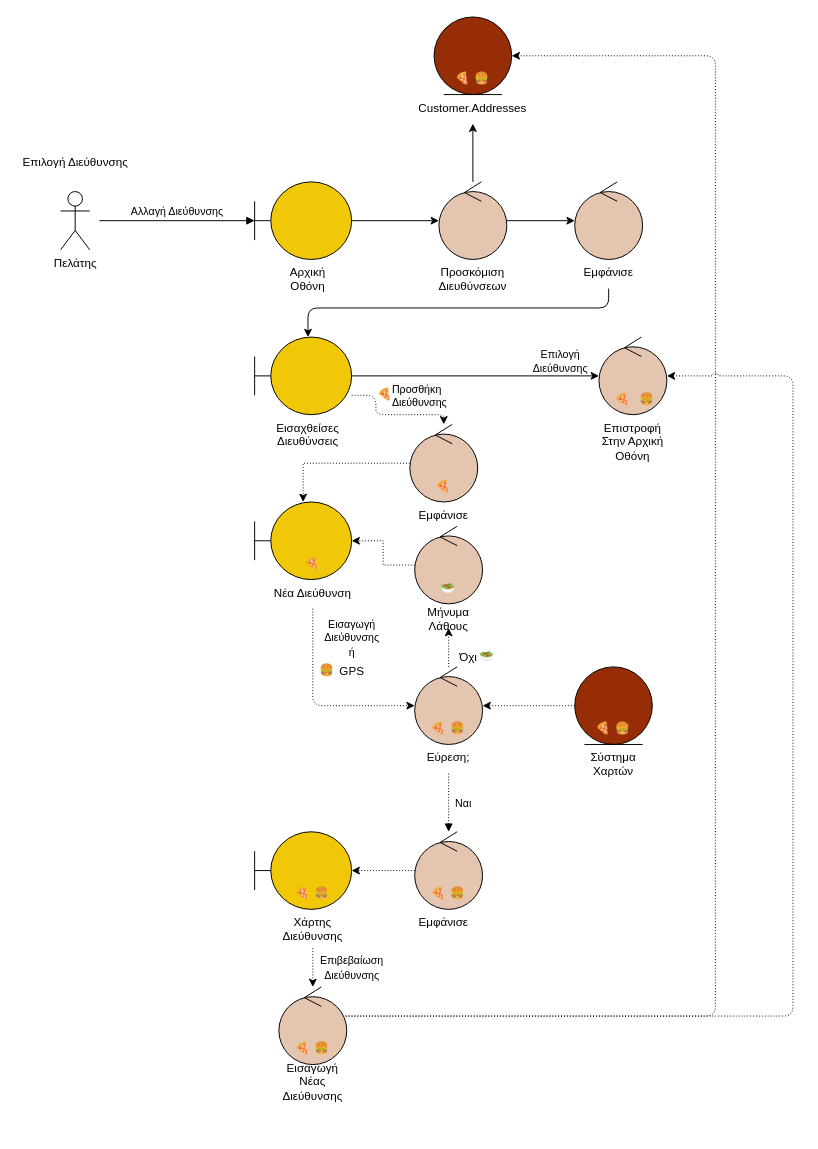
Earlier version of the draw.io diagram docs/contributions/itsikelis/Phase 5/Select Address Revamp/robustness-v0.3-customer-select-address.drawio (iloudaros/nomnomr). Source tidied: cells renumbered, new cells numbered last; positions are measured from the earlier drawing's top-left corner, leaving out a move shared by most shapes. Both pictures are drawn from the tidied source at 97%, with x=0, y=0 at pixel (16, 16).
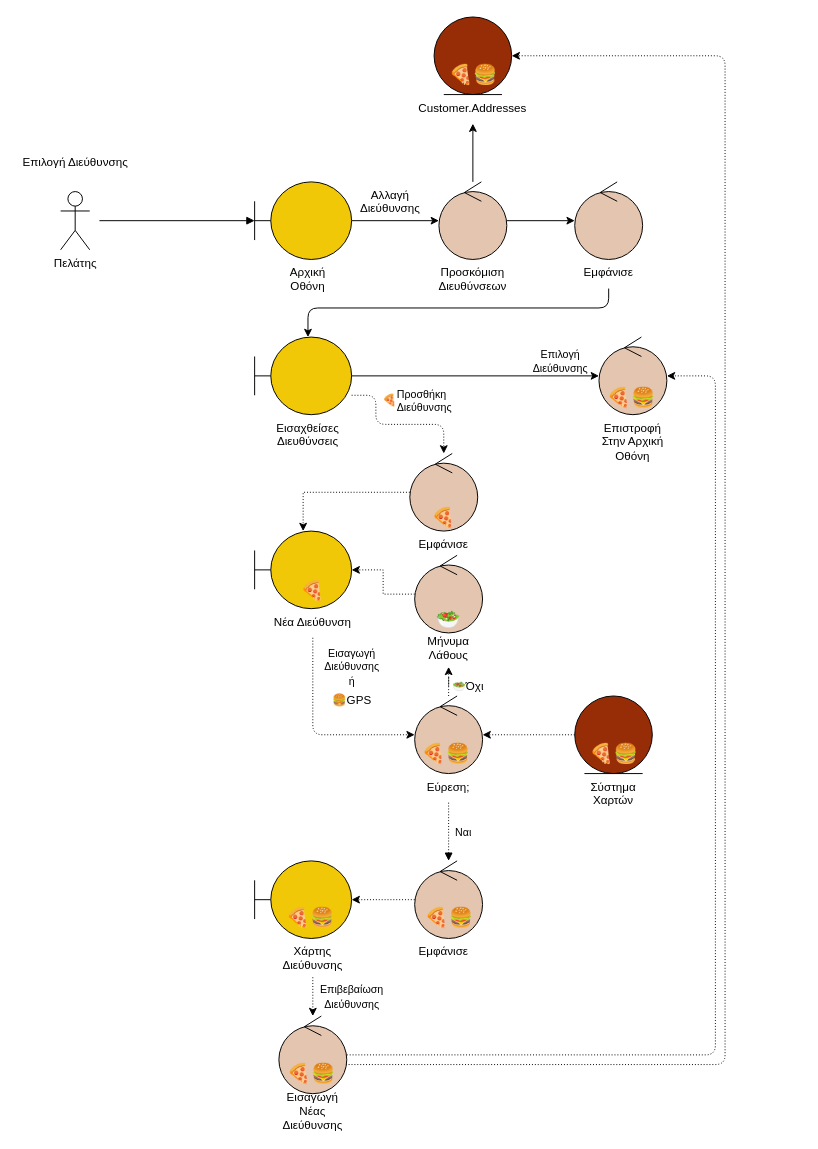
After the change.

Commit message (it also covers changes not shown here):
select-address report-ready

The change refers to these unchanged cells:
```xml
<mxCell id="2" style="ellipse;shape=umlEntity;whiteSpace=wrap;html=1;fillColor=#972D07;fontColor=#ffffff;strokeColor=#000000;labelBackgroundColor=none;align=center;" parent="1" vertex="1">
  <mxGeometry x="430" width="80" height="80" as="geometry" />
</mxCell>
<mxCell id="6" style="shape=umlBoundary;whiteSpace=wrap;html=1;labelBackgroundColor=none;align=center;fillColor=#F0C808;" parent="1" vertex="1">
  <mxGeometry x="245" y="170" width="100" height="80" as="geometry" />
</mxCell>
<mxCell id="12" style="shape=umlBoundary;whiteSpace=wrap;html=1;labelBackgroundColor=none;align=center;fillColor=#F0C808;" parent="1" vertex="1">
  <mxGeometry x="245" y="330" width="100" height="80" as="geometry" />
</mxCell>
<mxCell id="41" style="ellipse;shape=umlControl;whiteSpace=wrap;html=1;fillColor=#E4C5AF;fontColor=#ffffff;strokeColor=#000000;labelBackgroundColor=none;align=center;" parent="1" vertex="1">
  <mxGeometry x="600" y="330" width="70" height="80" as="geometry" />
</mxCell>
```

Change to the diagram source:
```diff
@@
     <mxCell id="3" style="ellipse;shape=umlControl;whiteSpace=wrap;html=1;fillColor=#E4C5AF;fontColor=#000000;strokeColor=#000000;labelBackgroundColor=none;align=center;" parent="1" vertex="1">
-      <mxGeometry x="410" y="525" width="70" height="80" as="geometry" />
+      <mxGeometry x="410" y="555" width="70" height="80" as="geometry" />
     </mxCell>
@@
-    <mxCell id="7" value="Αλλαγή Διεύθυνσης" style="html=1;verticalAlign=bottom;endArrow=block;rounded=0;labelBackgroundColor=none;align=center;" parent="1" edge="1" target="6">
+    <mxCell id="7" style="html=1;verticalAlign=bottom;endArrow=block;rounded=0;labelBackgroundColor=none;align=center;" parent="1" edge="1" target="6">
       <mxGeometry relative="1" as="geometry">
         <mxPoint x="85" y="210" as="sourcePoint" />
       </mxGeometry>
     </mxCell>
@@
     <mxCell id="13" style="edgeStyle=orthogonalEdgeStyle;rounded=1;jettySize=auto;html=1;fillColor=#e51400;strokeColor=#000000;labelBackgroundColor=none;align=center;dashed=1;dashPattern=1 2;" parent="1" edge="1" source="12" target="25">
       <mxGeometry relative="1" as="geometry">
         <Array as="points">
           <mxPoint x="370" y="390" />
-          <mxPoint x="370" y="410" />
-          <mxPoint x="440" y="410" />
+          <mxPoint x="370" y="420" />
+          <mxPoint x="440" y="420" />
         </Array>
       </mxGeometry>
     </mxCell>
     <mxCell id="14" style="edgeStyle=orthogonalEdgeStyle;jettySize=auto;html=1;fillColor=#0050ef;strokeColor=#000000;labelBackgroundColor=none;exitX=0.5;exitY=1;exitDx=0;exitDy=0;align=center;dashed=1;dashPattern=1 2;rounded=1;" parent="1" edge="1" source="30" target="19">
       <mxGeometry relative="1" as="geometry">
         <Array as="points">
-          <mxPoint x="305" y="710" />
+          <mxPoint x="305" y="740" />
         </Array>
       </mxGeometry>
     </mxCell>
     <mxCell id="15" style="shape=umlBoundary;whiteSpace=wrap;html=1;fillColor=#F0C808;fontColor=#ffffff;strokeColor=#000000;labelBackgroundColor=none;align=center;" parent="1" vertex="1">
-      <mxGeometry x="245" y="500" width="100" height="80" as="geometry" />
+      <mxGeometry x="245" y="530" width="100" height="80" as="geometry" />
     </mxCell>
     <mxCell id="16" style="shape=umlBoundary;whiteSpace=wrap;html=1;fillColor=#F0C808;fontColor=#ffffff;strokeColor=#000000;labelBackgroundColor=none;align=center;" parent="1" vertex="1">
-      <mxGeometry x="245" y="840" width="100" height="80" as="geometry" />
+      <mxGeometry x="245" y="870" width="100" height="80" as="geometry" />
     </mxCell>
@@
     <mxCell id="19" style="ellipse;shape=umlControl;whiteSpace=wrap;html=1;fillColor=#E4C5AF;fontColor=#ffffff;strokeColor=#000000;labelBackgroundColor=none;align=center;" parent="1" vertex="1">
-      <mxGeometry x="410" y="670" width="70" height="80" as="geometry" />
+      <mxGeometry x="410" y="700" width="70" height="80" as="geometry" />
     </mxCell>
@@
     <mxCell id="21" style="ellipse;shape=umlControl;whiteSpace=wrap;html=1;fillColor=#E4C5AF;fontColor=#ffffff;strokeColor=#000000;labelBackgroundColor=none;align=center;" parent="1" vertex="1">
-      <mxGeometry x="410" y="840" width="70" height="80" as="geometry" />
+      <mxGeometry x="410" y="870" width="70" height="80" as="geometry" />
     </mxCell>
     <mxCell id="22" style="ellipse;shape=umlEntity;whiteSpace=wrap;html=1;fillColor=#972D07;fontColor=#ffffff;strokeColor=#000000;labelBackgroundColor=none;align=center;" parent="1" vertex="1">
-      <mxGeometry x="575" y="670" width="80" height="80" as="geometry" />
+      <mxGeometry x="575" y="700" width="80" height="80" as="geometry" />
     </mxCell>
@@
     <mxCell id="24" style="edgeStyle=orthogonalEdgeStyle;rounded=0;jettySize=auto;html=1;fillColor=#e3c800;strokeColor=#000000;labelBackgroundColor=none;align=center;dashed=1;dashPattern=1 2;" parent="1" edge="1" source="25" target="15">
       <mxGeometry relative="1" as="geometry">
         <Array as="points">
-          <mxPoint x="295" y="460" />
+          <mxPoint x="295" y="490" />
         </Array>
       </mxGeometry>
     </mxCell>
     <mxCell id="25" style="ellipse;shape=umlControl;whiteSpace=wrap;html=1;fillColor=#E4C5AF;fontColor=#000000;strokeColor=#000000;labelBackgroundColor=none;align=center;" parent="1" vertex="1">
-      <mxGeometry x="405" y="420" width="70" height="80" as="geometry" />
+      <mxGeometry x="405" y="450" width="70" height="80" as="geometry" />
     </mxCell>
@@
     <mxCell id="30" value="&lt;span style=&quot;font-family: helvetica; font-size: 12px; font-style: normal; font-weight: 400; letter-spacing: normal; text-indent: 0px; text-transform: none; word-spacing: 0px; display: inline; float: none;&quot;&gt;Νέα Διεύθυνση&lt;/span&gt;" style="text;whiteSpace=wrap;html=1;fontColor=#000000;align=center;labelBackgroundColor=none;" parent="1" vertex="1">
-      <mxGeometry x="250" y="580" width="110" height="30" as="geometry" />
+      <mxGeometry x="250" y="610" width="110" height="30" as="geometry" />
     </mxCell>
     <mxCell id="31" value="&lt;span style=&quot;color: rgb(0, 0, 0); font-family: helvetica; font-size: 12px; font-style: normal; font-weight: 400; letter-spacing: normal; text-indent: 0px; text-transform: none; word-spacing: 0px; display: inline; float: none;&quot;&gt;Εμφάνισε&lt;/span&gt;" style="text;whiteSpace=wrap;html=1;fontColor=#000000;labelBackgroundColor=none;align=center;" parent="1" vertex="1">
-      <mxGeometry x="400" y="500" width="80" height="30" as="geometry" />
+      <mxGeometry x="400" y="530" width="80" height="30" as="geometry" />
     </mxCell>
     <mxCell id="32" value="&lt;span style=&quot;font-family: helvetica; font-size: 12px; font-style: normal; font-weight: 400; letter-spacing: normal; text-indent: 0px; text-transform: none; word-spacing: 0px; display: inline; float: none;&quot;&gt;Σύστημα&lt;/span&gt;&lt;br style=&quot;font-family: helvetica; font-size: 12px; font-style: normal; font-weight: 400; letter-spacing: normal; text-indent: 0px; text-transform: none; word-spacing: 0px;&quot;&gt;&lt;span style=&quot;font-family: helvetica; font-size: 12px; font-style: normal; font-weight: 400; letter-spacing: normal; text-indent: 0px; text-transform: none; word-spacing: 0px; display: inline; float: none;&quot;&gt;Χαρτών&lt;/span&gt;" style="text;whiteSpace=wrap;html=1;fontColor=#000000;align=center;labelBackgroundColor=none;" parent="1" vertex="1">
-      <mxGeometry x="575" y="750" width="80" height="40" as="geometry" />
+      <mxGeometry x="575" y="780" width="80" height="40" as="geometry" />
     </mxCell>
     <mxCell id="33" value="&lt;span style=&quot;font-family: helvetica; font-size: 12px; font-style: normal; font-weight: 400; letter-spacing: normal; text-indent: 0px; text-transform: none; word-spacing: 0px; display: inline; float: none;&quot;&gt;Εύρεση;&lt;/span&gt;" style="text;whiteSpace=wrap;html=1;fontColor=#000000;align=center;labelBackgroundColor=none;" parent="1" vertex="1">
-      <mxGeometry x="410" y="750" width="70" height="30" as="geometry" />
+      <mxGeometry x="410" y="780" width="70" height="30" as="geometry" />
     </mxCell>
@@
     <mxCell id="35" value="&lt;span style=&quot;font-family: helvetica; font-size: 12px; font-style: normal; font-weight: 400; letter-spacing: normal; text-indent: 0px; text-transform: none; word-spacing: 0px; display: inline; float: none;&quot;&gt;Χάρτης&lt;/span&gt;&lt;br style=&quot;font-family: helvetica; font-size: 12px; font-style: normal; font-weight: 400; letter-spacing: normal; text-indent: 0px; text-transform: none; word-spacing: 0px;&quot;&gt;&lt;span style=&quot;font-family: helvetica; font-size: 12px; font-style: normal; font-weight: 400; letter-spacing: normal; text-indent: 0px; text-transform: none; word-spacing: 0px; display: inline; float: none;&quot;&gt;Διεύθυνσης&lt;/span&gt;" style="text;whiteSpace=wrap;html=1;fontColor=#000000;align=center;labelBackgroundColor=none;" parent="1" vertex="1">
-      <mxGeometry x="260" y="920" width="90" height="40" as="geometry" />
+      <mxGeometry x="260" y="950" width="90" height="40" as="geometry" />
     </mxCell>
     <mxCell id="36" value="&lt;span style=&quot;font-family: helvetica; font-size: 12px; font-style: normal; font-weight: 400; letter-spacing: normal; text-indent: 0px; text-transform: none; word-spacing: 0px; display: inline; float: none;&quot;&gt;Εμφάνισε&lt;/span&gt;" style="text;whiteSpace=wrap;html=1;fontColor=#000000;align=center;labelBackgroundColor=none;" parent="1" vertex="1">
-      <mxGeometry x="400" y="920" width="80" height="30" as="geometry" />
+      <mxGeometry x="400" y="950" width="80" height="30" as="geometry" />
     </mxCell>
     <mxCell id="37" style="edgeStyle=orthogonalEdgeStyle;rounded=1;jettySize=auto;html=1;endArrow=classic;endFill=1;dashed=1;dashPattern=1 2;" parent="1" edge="1" source="38" target="2">
       <mxGeometry relative="1" as="geometry">
         <Array as="points">
-          <mxPoint x="720" y="1030" />
-          <mxPoint x="720" y="40" />
+          <mxPoint x="730" y="1080" />
+          <mxPoint x="730" y="40" />
         </Array>
       </mxGeometry>
     </mxCell>
     <mxCell id="38" style="ellipse;shape=umlControl;whiteSpace=wrap;html=1;fillColor=#E4C5AF;fontColor=#ffffff;strokeColor=#000000;labelBackgroundColor=none;align=center;" parent="1" vertex="1">
-      <mxGeometry x="270" y="1000" width="70" height="80" as="geometry" />
+      <mxGeometry x="270" y="1030" width="70" height="80" as="geometry" />
     </mxCell>
     <mxCell id="39" style="edgeStyle=orthogonalEdgeStyle;rounded=1;jettySize=auto;html=1;dashed=1;dashPattern=1 2;jumpStyle=arc;" parent="1" edge="1" source="38" target="41">
       <mxGeometry relative="1" as="geometry">
         <Array as="points">
-          <mxPoint x="800" y="1030" />
-          <mxPoint x="800" y="370" />
+          <mxPoint x="720" y="1070" />
+          <mxPoint x="720" y="370" />
         </Array>
       </mxGeometry>
     </mxCell>
     <mxCell id="40" value="&lt;font face=&quot;helvetica&quot;&gt;Εισαγωγή&lt;br&gt;Νέας&lt;br&gt;Διεύθυνσης&lt;br&gt;&lt;/font&gt;" style="text;whiteSpace=wrap;html=1;fontColor=#000000;align=center;labelBackgroundColor=none;" parent="1" vertex="1">
-      <mxGeometry x="265" y="1070" width="80" height="30" as="geometry" />
+      <mxGeometry x="265" y="1100" width="80" height="30" as="geometry" />
     </mxCell>
@@
-    <mxCell id="43" value="Όχι" style="text;html=1;align=center;verticalAlign=middle;strokeColor=none;fillColor=none;" parent="1" vertex="1">
-      <mxGeometry x="450" y="650" width="30" height="20" as="geometry" />
+    <mxCell id="43" value="&lt;span style=&quot;font-size: 11px;&quot;&gt;🥗&lt;/span&gt;Όχι" style="text;html=1;align=center;verticalAlign=middle;strokeColor=none;fillColor=none;fontSize=12;" parent="1" vertex="1">
+      <mxGeometry x="440" y="680" width="50" height="20" as="geometry" />
     </mxCell>
@@
     <mxCell id="49" value="&lt;span style=&quot;color: rgb(0, 0, 0); font-family: helvetica; font-size: 12px; font-style: normal; font-weight: 400; letter-spacing: normal; text-indent: 0px; text-transform: none; word-spacing: 0px; display: inline; float: none;&quot;&gt;Μήνυμα Λάθους&lt;/span&gt;" style="text;whiteSpace=wrap;html=1;fontColor=#000000;labelBackgroundColor=none;align=center;" parent="1" vertex="1">
-      <mxGeometry x="405" y="600" width="80" height="30" as="geometry" />
+      <mxGeometry x="405" y="630" width="80" height="40" as="geometry" />
     </mxCell>
@@
-    <mxCell id="51" value="&lt;span style=&quot;color: rgb(0, 0, 0); font-family: Helvetica; font-size: 11px; font-style: normal; font-variant-ligatures: normal; font-variant-caps: normal; font-weight: 400; letter-spacing: normal; orphans: 2; text-align: center; text-indent: 0px; text-transform: none; widows: 2; word-spacing: 0px; -webkit-text-stroke-width: 0px; background-color: rgb(248, 249, 250); text-decoration-thickness: initial; text-decoration-style: initial; text-decoration-color: initial; float: none; display: inline !important;&quot;&gt;Προσθήκη&lt;/span&gt;&lt;br style=&quot;color: rgb(0, 0, 0); font-family: Helvetica; font-size: 11px; font-style: normal; font-variant-ligatures: normal; font-variant-caps: normal; font-weight: 400; letter-spacing: normal; orphans: 2; text-align: center; text-indent: 0px; text-transform: none; widows: 2; word-spacing: 0px; -webkit-text-stroke-width: 0px; background-color: rgb(248, 249, 250); text-decoration-thickness: initial; text-decoration-style: initial; text-decoration-color: initial;&quot;&gt;&lt;span style=&quot;color: rgb(0, 0, 0); font-family: Helvetica; font-size: 11px; font-style: normal; font-variant-ligatures: normal; font-variant-caps: normal; font-weight: 400; letter-spacing: normal; orphans: 2; text-align: center; text-indent: 0px; text-transform: none; widows: 2; word-spacing: 0px; -webkit-text-stroke-width: 0px; background-color: rgb(248, 249, 250); text-decoration-thickness: initial; text-decoration-style: initial; text-decoration-color: initial; float: none; display: inline !important;&quot;&gt;Διεύθυνσης&lt;/span&gt;" style="text;whiteSpace=wrap;html=1;" parent="1" vertex="1">
-      <mxGeometry x="385" y="370" width="80" height="50" as="geometry" />
+    <mxCell id="51" value="&lt;span style=&quot;color: rgb(0, 0, 0); font-family: Helvetica; font-size: 11px; font-style: normal; font-variant-ligatures: normal; font-variant-caps: normal; font-weight: 400; letter-spacing: normal; orphans: 2; text-align: center; text-indent: 0px; text-transform: none; widows: 2; word-spacing: 0px; -webkit-text-stroke-width: 0px; text-decoration-thickness: initial; text-decoration-style: initial; text-decoration-color: initial; float: none; display: inline !important;&quot;&gt;Προσθήκη&lt;/span&gt;&lt;br style=&quot;color: rgb(0, 0, 0); font-family: Helvetica; font-size: 11px; font-style: normal; font-variant-ligatures: normal; font-variant-caps: normal; font-weight: 400; letter-spacing: normal; orphans: 2; text-align: center; text-indent: 0px; text-transform: none; widows: 2; word-spacing: 0px; -webkit-text-stroke-width: 0px; text-decoration-thickness: initial; text-decoration-style: initial; text-decoration-color: initial;&quot;&gt;&lt;span style=&quot;color: rgb(0, 0, 0); font-family: Helvetica; font-size: 11px; font-style: normal; font-variant-ligatures: normal; font-variant-caps: normal; font-weight: 400; letter-spacing: normal; orphans: 2; text-align: center; text-indent: 0px; text-transform: none; widows: 2; word-spacing: 0px; -webkit-text-stroke-width: 0px; text-decoration-thickness: initial; text-decoration-style: initial; text-decoration-color: initial; float: none; display: inline !important;&quot;&gt;Διεύθυνσης&lt;/span&gt;" style="text;whiteSpace=wrap;html=1;fillColor=none;labelBackgroundColor=default;" parent="1" vertex="1">
+      <mxGeometry x="390" y="375" width="80" height="50" as="geometry" />
     </mxCell>
     <mxCell id="52" value="&lt;span style=&quot;font-size: 11px;&quot;&gt;Εισαγωγή&lt;/span&gt;&lt;br style=&quot;font-size: 11px;&quot;&gt;&lt;span style=&quot;font-size: 11px;&quot;&gt;Διεύθυνσης&lt;br&gt;ή&lt;br&gt;&lt;/span&gt;" style="text;html=1;align=center;verticalAlign=middle;strokeColor=none;fillColor=none;" parent="1" vertex="1">
-      <mxGeometry x="310" y="615" width="70" height="50" as="geometry" />
+      <mxGeometry x="310" y="645" width="70" height="50" as="geometry" />
     </mxCell>
-    <mxCell id="53" value="GPS" style="text;html=1;align=center;verticalAlign=middle;strokeColor=none;fillColor=none;" parent="1" vertex="1">
-      <mxGeometry x="325" y="665" width="40" height="20" as="geometry" />
+    <mxCell id="53" value="&lt;span style=&quot;text-align: left;&quot;&gt;🍔&lt;/span&gt;GPS" style="text;html=1;align=center;verticalAlign=middle;strokeColor=none;fillColor=none;" parent="1" vertex="1">
+      <mxGeometry x="320" y="695" width="50" height="20" as="geometry" />
     </mxCell>
     <mxCell id="54" value="&lt;span style=&quot;font-size: 11px;&quot;&gt;Επιβεβαίωση&lt;/span&gt;&lt;br style=&quot;font-size: 11px;&quot;&gt;&lt;span style=&quot;font-size: 11px;&quot;&gt;Διεύθυνσης&lt;/span&gt;" style="text;html=1;align=center;verticalAlign=middle;strokeColor=none;fillColor=none;" parent="1" vertex="1">
-      <mxGeometry x="305" y="960" width="80" height="40" as="geometry" />
+      <mxGeometry x="305" y="990" width="80" height="40" as="geometry" />
     </mxCell>
-    <mxCell id="55" value="🍕" style="text;whiteSpace=wrap;html=1;" parent="1" vertex="1">
-      <mxGeometry x="370" y="375" width="40" height="30" as="geometry" />
+    <mxCell id="55" value="🍕" style="text;whiteSpace=wrap;html=1;verticalAlign=middle;" parent="1" vertex="1">
+      <mxGeometry x="375" y="380" width="40" height="30" as="geometry" />
     </mxCell>
-    <mxCell id="56" value="🍕" style="text;whiteSpace=wrap;html=1;" parent="1" vertex="1">
-      <mxGeometry x="430" y="470" width="40" height="30" as="geometry" />
+    <mxCell id="56" value="🍕" style="text;whiteSpace=wrap;html=1;align=center;verticalAlign=middle;fontSize=20;" parent="1" vertex="1">
+      <mxGeometry x="420" y="500" width="40" height="30" as="geometry" />
     </mxCell>
-    <mxCell id="57" value="🍕" style="text;whiteSpace=wrap;html=1;" parent="1" vertex="1">
-      <mxGeometry x="295" y="550" width="40" height="30" as="geometry" />
+    <mxCell id="57" value="🍕" style="text;whiteSpace=wrap;html=1;verticalAlign=middle;align=center;fontSize=20;" parent="1" vertex="1">
+      <mxGeometry x="285" y="575" width="40" height="30" as="geometry" />
     </mxCell>
-    <mxCell id="58" value="🍕" style="text;whiteSpace=wrap;html=1;" parent="1" vertex="1">
-      <mxGeometry x="425" y="720" width="40" height="30" as="geometry" />
-    </mxCell>
-    <mxCell id="59" value="🍕" style="text;whiteSpace=wrap;html=1;" parent="1" vertex="1">
-      <mxGeometry x="425" y="890" width="40" height="30" as="geometry" />
-    </mxCell>
-    <mxCell id="60" value="🍕" style="text;whiteSpace=wrap;html=1;" parent="1" vertex="1">
-      <mxGeometry x="285" y="1050" width="40" height="30" as="geometry" />
-    </mxCell>
-    <mxCell id="61" value="🍕" style="text;whiteSpace=wrap;html=1;" parent="1" vertex="1">
-      <mxGeometry x="285" y="890" width="40" height="30" as="geometry" />
-    </mxCell>
-    <mxCell id="62" value="🍔" style="text;whiteSpace=wrap;html=1;" parent="1" vertex="1">
-      <mxGeometry x="310" y="660" width="40" height="30" as="geometry" />
-    </mxCell>
-    <mxCell id="63" value="🍔" style="text;whiteSpace=wrap;html=1;" parent="1" vertex="1">
-      <mxGeometry x="445" y="720" width="40" height="30" as="geometry" />
-    </mxCell>
-    <mxCell id="64" value="🍔" style="text;whiteSpace=wrap;html=1;" parent="1" vertex="1">
-      <mxGeometry x="445" y="890" width="40" height="30" as="geometry" />
-    </mxCell>
-    <mxCell id="65" value="🍔" style="text;whiteSpace=wrap;html=1;" parent="1" vertex="1">
-      <mxGeometry x="305" y="890" width="40" height="30" as="geometry" />
-    </mxCell>
-    <mxCell id="66" value="🍔" style="text;whiteSpace=wrap;html=1;" parent="1" vertex="1">
-      <mxGeometry x="305" y="1050" width="40" height="30" as="geometry" />
-    </mxCell>
-    <mxCell id="67" value="🍕" style="text;whiteSpace=wrap;html=1;" parent="1" vertex="1">
-      <mxGeometry x="615" y="380" width="40" height="30" as="geometry" />
-    </mxCell>
-    <mxCell id="68" value="🍔" style="text;whiteSpace=wrap;html=1;" parent="1" vertex="1">
-      <mxGeometry x="640" y="380" width="40" height="30" as="geometry" />
+    <mxCell id="68" value="🍕🍔" style="text;whiteSpace=wrap;html=1;align=center;fontSize=20;" parent="1" vertex="1">
+      <mxGeometry x="605.5" y="374" width="55" height="30" as="geometry" />
     </mxCell>
-    <mxCell id="69" value="🍕" style="text;whiteSpace=wrap;html=1;" parent="1" vertex="1">
-      <mxGeometry x="595" y="720" width="40" height="30" as="geometry" />
-    </mxCell>
-    <mxCell id="70" value="🍔" style="text;whiteSpace=wrap;html=1;" parent="1" vertex="1">
-      <mxGeometry x="615" y="720" width="40" height="30" as="geometry" />
-    </mxCell>
-    <mxCell id="71" value="🥗" style="text;whiteSpace=wrap;html=1;" parent="1" vertex="1">
-      <mxGeometry x="475" y="645" width="40" height="30" as="geometry" />
-    </mxCell>
-    <mxCell id="72" value="🥗" style="text;whiteSpace=wrap;html=1;" parent="1" vertex="1">
-      <mxGeometry x="435" y="575" width="40" height="30" as="geometry" />
+    <mxCell id="72" value="🥗" style="text;whiteSpace=wrap;html=1;verticalAlign=middle;align=center;fontSize=20;" parent="1" vertex="1">
+      <mxGeometry x="425" y="605" width="40" height="30" as="geometry" />
     </mxCell>
-    <mxCell id="73" value="🍕" style="text;whiteSpace=wrap;html=1;" parent="1" vertex="1">
-      <mxGeometry x="450" y="50" width="40" height="30" as="geometry" />
-    </mxCell>
-    <mxCell id="74" value="🍔" style="text;whiteSpace=wrap;html=1;" parent="1" vertex="1">
-      <mxGeometry x="470" y="50" width="40" height="30" as="geometry" />
-    </mxCell>
+    <mxCell id="75" value="🍕🍔" style="text;whiteSpace=wrap;html=1;align=center;fontSize=20;" parent="1" vertex="1">
+      <mxGeometry x="587.5" y="740" width="55" height="30" as="geometry" />
+    </mxCell>
+    <mxCell id="76" value="🍕🍔" style="text;whiteSpace=wrap;html=1;align=center;fontSize=20;" parent="1" vertex="1">
+      <mxGeometry x="415" y="740" width="55" height="30" as="geometry" />
+    </mxCell>
+    <mxCell id="77" value="🍕🍔" style="text;whiteSpace=wrap;html=1;align=center;fontSize=20;" parent="1" vertex="1">
+      <mxGeometry x="417.5" y="910" width="55" height="30" as="geometry" />
+    </mxCell>
+    <mxCell id="78" value="🍕🍔" style="text;whiteSpace=wrap;html=1;align=center;fontSize=20;" parent="1" vertex="1">
+      <mxGeometry x="274.5" y="910" width="55" height="30" as="geometry" />
+    </mxCell>
+    <mxCell id="79" value="🍕🍔" style="text;whiteSpace=wrap;html=1;align=center;fontSize=20;" parent="1" vertex="1">
+      <mxGeometry x="275.5" y="1070" width="55" height="30" as="geometry" />
+    </mxCell>
+    <mxCell id="80" value="&lt;span style=&quot;color: rgb(0, 0, 0); font-family: helvetica; font-size: 12px; font-style: normal; font-weight: 400; letter-spacing: normal; text-indent: 0px; text-transform: none; word-spacing: 0px; display: inline; float: none;&quot;&gt;Αλλαγή Διεύθυνσης&lt;br&gt;&lt;/span&gt;" style="text;whiteSpace=wrap;html=1;align=center;labelBackgroundColor=none;" parent="1" vertex="1">
+      <mxGeometry x="345" y="170" width="80" height="40" as="geometry" />
+    </mxCell>
+    <mxCell id="81" value="🍕🍔" style="text;whiteSpace=wrap;html=1;align=center;fontSize=20;" parent="1" vertex="1">
+      <mxGeometry x="442.5" y="40" width="55" height="30" as="geometry" />
+    </mxCell>
```
